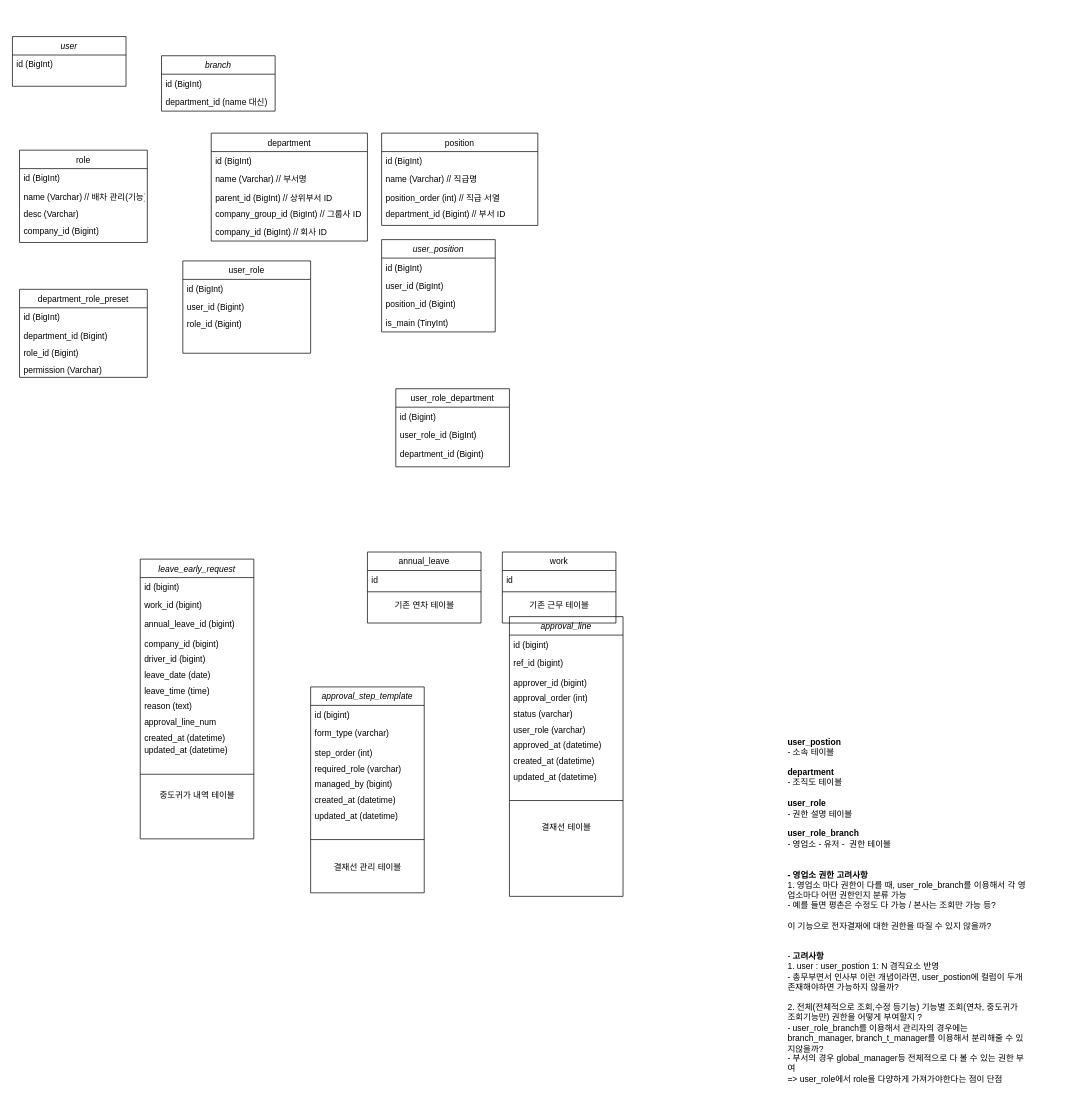
kikii-develope/system_architecture_design keeps this draw.io diagram as leaveEarly.drawio. Above is the earlier version. Source tidied: cells renumbered, new cells numbered last; positions are measured from the earlier drawing's top-left corner, leaving out a move shared by most shapes. Both pictures are drawn from the tidied source at 71%, with x=0, y=0 at pixel (12, 36).
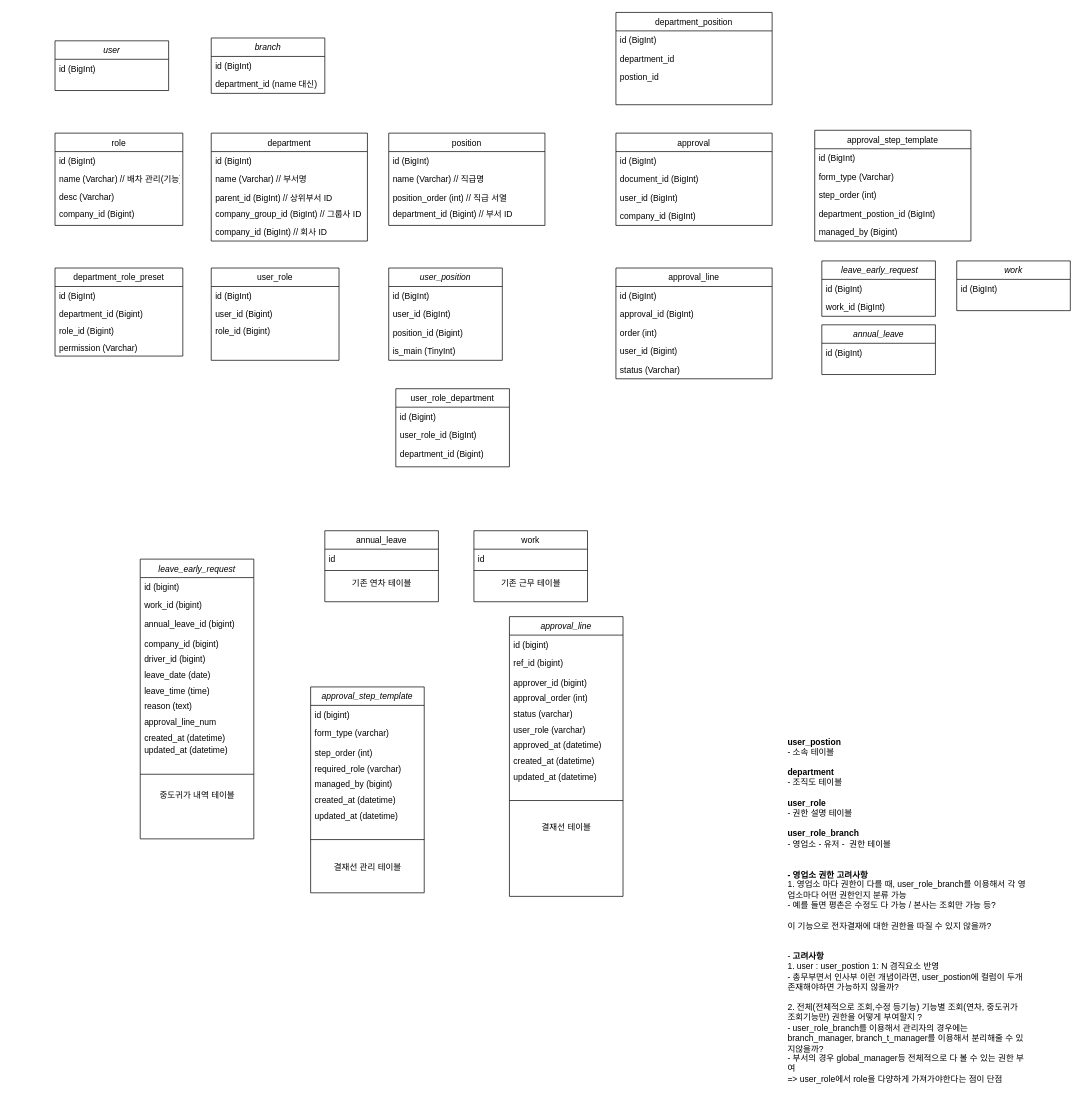
Above is the later version.

The edit, as a diff of the source:
```diff
@@
     <mxCell id="15" value="annual_leave" style="swimlane;fontStyle=0;align=center;verticalAlign=top;horizontal=1;startSize=26;rounded=0;shadow=0;strokeWidth=1;" parent="1" vertex="1">
-      <mxGeometry x="500" y="726" width="160" height="100" as="geometry" />
+      <mxGeometry x="440" y="696" width="160" height="100" as="geometry" />
     </mxCell>
@@
     <mxCell id="42" value="work" style="swimlane;fontStyle=0;align=center;verticalAlign=top;horizontal=1;startSize=26;rounded=0;shadow=0;strokeWidth=1;" parent="1" vertex="1">
-      <mxGeometry x="690" y="726" width="160" height="100" as="geometry" />
+      <mxGeometry x="650" y="696" width="160" height="100" as="geometry" />
     </mxCell>
@@
     <mxCell id="46" value="user_position" style="swimlane;fontStyle=2;align=center;verticalAlign=top;horizontal=1;startSize=26;rounded=0;shadow=0;strokeWidth=1;" parent="1" vertex="1">
-      <mxGeometry x="520" y="286" width="160" height="130" as="geometry" />
+      <mxGeometry x="530" y="326" width="160" height="130" as="geometry" />
     </mxCell>
@@
     <mxCell id="51" value="department_role_preset" style="swimlane;fontStyle=0;align=center;verticalAlign=top;horizontal=1;startSize=26;rounded=0;shadow=0;strokeWidth=1;" parent="1" vertex="1">
-      <mxGeometry x="10" y="356" width="180" height="124" as="geometry" />
+      <mxGeometry x="60" y="326" width="180" height="124" as="geometry" />
     </mxCell>
@@
     <mxCell id="66" value="user" style="swimlane;fontStyle=2;align=center;verticalAlign=top;horizontal=1;startSize=26;rounded=0;shadow=0;strokeWidth=1;" parent="1" vertex="1">
-      <mxGeometry width="160" height="70" as="geometry" />
+      <mxGeometry x="60" y="6" width="160" height="70" as="geometry" />
     </mxCell>
@@
     <mxCell id="68" value="branch" style="swimlane;fontStyle=2;align=center;verticalAlign=top;horizontal=1;startSize=26;rounded=0;shadow=0;strokeWidth=1;" parent="1" vertex="1">
-      <mxGeometry x="210" y="27" width="160" height="78" as="geometry" />
+      <mxGeometry x="280" y="2" width="160" height="78" as="geometry" />
     </mxCell>
@@
     <mxCell id="72" value="position" style="swimlane;fontStyle=0;align=center;verticalAlign=top;horizontal=1;startSize=26;rounded=0;shadow=0;strokeWidth=1;" parent="1" vertex="1">
-      <mxGeometry x="520" y="136" width="220" height="130" as="geometry" />
+      <mxGeometry x="530" y="136" width="220" height="130" as="geometry" />
     </mxCell>
@@
     <mxCell id="77" value="role" style="swimlane;fontStyle=0;align=center;verticalAlign=top;horizontal=1;startSize=26;rounded=0;shadow=0;strokeWidth=1;" parent="1" vertex="1">
-      <mxGeometry x="10" y="160" width="180" height="130" as="geometry" />
+      <mxGeometry x="60" y="136" width="180" height="130" as="geometry" />
     </mxCell>
@@
     <mxCell id="82" value="user_role" style="swimlane;fontStyle=0;align=center;verticalAlign=top;horizontal=1;startSize=26;rounded=0;shadow=0;strokeWidth=1;" parent="1" vertex="1">
-      <mxGeometry x="240" y="316" width="180" height="130" as="geometry" />
+      <mxGeometry x="280" y="326" width="180" height="130" as="geometry" />
     </mxCell>
@@
+    <mxCell id="86" value="department_position" style="swimlane;fontStyle=0;align=center;verticalAlign=top;horizontal=1;startSize=26;rounded=0;shadow=0;strokeWidth=1;" parent="1" vertex="1">
+      <mxGeometry x="850" y="-34" width="220" height="130" as="geometry" />
+    </mxCell>
+    <mxCell id="87" value="id (BigInt)" style="text;align=left;verticalAlign=top;spacingLeft=4;spacingRight=4;overflow=hidden;" parent="86" vertex="1">
+      <mxGeometry y="26" width="220" height="26" as="geometry" />
+    </mxCell>
+    <mxCell id="88" value="department_id" style="text;align=left;verticalAlign=top;spacingLeft=4;spacingRight=4;overflow=hidden;rounded=0;shadow=0;html=0;" parent="86" vertex="1">
+      <mxGeometry y="52" width="220" height="26" as="geometry" />
+    </mxCell>
+    <mxCell id="89" value="postion_id" style="text;align=left;verticalAlign=top;spacingLeft=4;spacingRight=4;overflow=hidden;rounded=0;shadow=0;html=0;" parent="86" vertex="1">
+      <mxGeometry y="78" width="220" height="22" as="geometry" />
+    </mxCell>
+    <mxCell id="90" value="approval" style="swimlane;fontStyle=0;align=center;verticalAlign=top;horizontal=1;startSize=26;rounded=0;shadow=0;strokeWidth=1;" parent="1" vertex="1">
+      <mxGeometry x="850" y="136" width="220" height="130" as="geometry" />
+    </mxCell>
+    <mxCell id="91" value="id (BigInt)" style="text;align=left;verticalAlign=top;spacingLeft=4;spacingRight=4;overflow=hidden;" parent="90" vertex="1">
+      <mxGeometry y="26" width="220" height="26" as="geometry" />
+    </mxCell>
+    <mxCell id="92" value="document_id (BigInt)" style="text;align=left;verticalAlign=top;spacingLeft=4;spacingRight=4;overflow=hidden;rounded=0;shadow=0;html=0;" parent="90" vertex="1">
+      <mxGeometry y="52" width="220" height="26" as="geometry" />
+    </mxCell>
+    <mxCell id="93" value="user_id (BigInt)" style="text;align=left;verticalAlign=top;spacingLeft=4;spacingRight=4;overflow=hidden;rounded=0;shadow=0;html=0;" parent="90" vertex="1">
+      <mxGeometry y="78" width="220" height="26" as="geometry" />
+    </mxCell>
+    <mxCell id="94" value="company_id (BigInt)" style="text;align=left;verticalAlign=top;spacingLeft=4;spacingRight=4;overflow=hidden;rounded=0;shadow=0;html=0;" parent="90" vertex="1">
+      <mxGeometry y="104" width="220" height="26" as="geometry" />
+    </mxCell>
+    <mxCell id="95" value="approval_line" style="swimlane;fontStyle=0;align=center;verticalAlign=top;horizontal=1;startSize=26;rounded=0;shadow=0;strokeWidth=1;" parent="1" vertex="1">
+      <mxGeometry x="850" y="326" width="220" height="156" as="geometry" />
+    </mxCell>
+    <mxCell id="96" value="id (BigInt)" style="text;align=left;verticalAlign=top;spacingLeft=4;spacingRight=4;overflow=hidden;" parent="95" vertex="1">
+      <mxGeometry y="26" width="220" height="26" as="geometry" />
+    </mxCell>
+    <mxCell id="97" value="approval_id (BigInt)" style="text;align=left;verticalAlign=top;spacingLeft=4;spacingRight=4;overflow=hidden;rounded=0;shadow=0;html=0;" parent="95" vertex="1">
+      <mxGeometry y="52" width="220" height="26" as="geometry" />
+    </mxCell>
+    <mxCell id="98" value="order (int)" style="text;align=left;verticalAlign=top;spacingLeft=4;spacingRight=4;overflow=hidden;rounded=0;shadow=0;html=0;" parent="95" vertex="1">
+      <mxGeometry y="78" width="220" height="26" as="geometry" />
+    </mxCell>
+    <mxCell id="99" value="user_id (Bigint)" style="text;align=left;verticalAlign=top;spacingLeft=4;spacingRight=4;overflow=hidden;rounded=0;shadow=0;html=0;" parent="95" vertex="1">
+      <mxGeometry y="104" width="220" height="26" as="geometry" />
+    </mxCell>
+    <mxCell id="100" value="status (Varchar)" style="text;align=left;verticalAlign=top;spacingLeft=4;spacingRight=4;overflow=hidden;rounded=0;shadow=0;html=0;" parent="95" vertex="1">
+      <mxGeometry y="130" width="220" height="26" as="geometry" />
+    </mxCell>
+    <mxCell id="101" value="approval_step_template" style="swimlane;fontStyle=0;align=center;verticalAlign=top;horizontal=1;startSize=26;rounded=0;shadow=0;strokeWidth=1;" parent="1" vertex="1">
+      <mxGeometry x="1130" y="132" width="220" height="156" as="geometry" />
+    </mxCell>
+    <mxCell id="102" value="id (BigInt)" style="text;align=left;verticalAlign=top;spacingLeft=4;spacingRight=4;overflow=hidden;" parent="101" vertex="1">
+      <mxGeometry y="26" width="220" height="26" as="geometry" />
+    </mxCell>
+    <mxCell id="103" value="form_type (Varchar)" style="text;align=left;verticalAlign=top;spacingLeft=4;spacingRight=4;overflow=hidden;" parent="101" vertex="1">
+      <mxGeometry y="52" width="220" height="26" as="geometry" />
+    </mxCell>
+    <mxCell id="104" value="step_order (int)" style="text;align=left;verticalAlign=top;spacingLeft=4;spacingRight=4;overflow=hidden;" parent="101" vertex="1">
+      <mxGeometry y="78" width="220" height="26" as="geometry" />
+    </mxCell>
+    <mxCell id="105" value="department_postion_id (BigInt)" style="text;align=left;verticalAlign=top;spacingLeft=4;spacingRight=4;overflow=hidden;" parent="101" vertex="1">
+      <mxGeometry y="104" width="220" height="26" as="geometry" />
+    </mxCell>
+    <mxCell id="106" value="managed_by (Bigint)" style="text;align=left;verticalAlign=top;spacingLeft=4;spacingRight=4;overflow=hidden;" parent="101" vertex="1">
+      <mxGeometry y="130" width="220" height="26" as="geometry" />
+    </mxCell>
+    <mxCell id="107" value=" leave_early_request" style="swimlane;fontStyle=2;align=center;verticalAlign=top;horizontal=1;startSize=26;rounded=0;shadow=0;strokeWidth=1;" parent="1" vertex="1">
+      <mxGeometry x="1140" y="316" width="160" height="78" as="geometry" />
+    </mxCell>
+    <mxCell id="108" value="id (BigInt)   " style="text;align=left;verticalAlign=top;spacingLeft=4;spacingRight=4;overflow=hidden;" parent="107" vertex="1">
+      <mxGeometry y="26" width="160" height="26" as="geometry" />
+    </mxCell>
+    <mxCell id="109" value="work_id (BigInt)" style="text;align=left;verticalAlign=top;spacingLeft=4;spacingRight=4;overflow=hidden;" parent="107" vertex="1">
+      <mxGeometry y="52" width="160" height="26" as="geometry" />
+    </mxCell>
+    <mxCell id="110" value="annual_leave" style="swimlane;fontStyle=2;align=center;verticalAlign=top;horizontal=1;startSize=26;rounded=0;shadow=0;strokeWidth=1;" parent="1" vertex="1">
+      <mxGeometry x="1140" y="406" width="160" height="70" as="geometry" />
+    </mxCell>
+    <mxCell id="111" value="id (BigInt)   " style="text;align=left;verticalAlign=top;spacingLeft=4;spacingRight=4;overflow=hidden;" parent="110" vertex="1">
+      <mxGeometry y="26" width="160" height="26" as="geometry" />
+    </mxCell>
+    <mxCell id="112" value="work" style="swimlane;fontStyle=2;align=center;verticalAlign=top;horizontal=1;startSize=26;rounded=0;shadow=0;strokeWidth=1;" parent="1" vertex="1">
+      <mxGeometry x="1330" y="316" width="160" height="70" as="geometry" />
+    </mxCell>
+    <mxCell id="113" value="id (BigInt)   " style="text;align=left;verticalAlign=top;spacingLeft=4;spacingRight=4;overflow=hidden;" parent="112" vertex="1">
+      <mxGeometry y="26" width="160" height="26" as="geometry" />
+    </mxCell>
```
